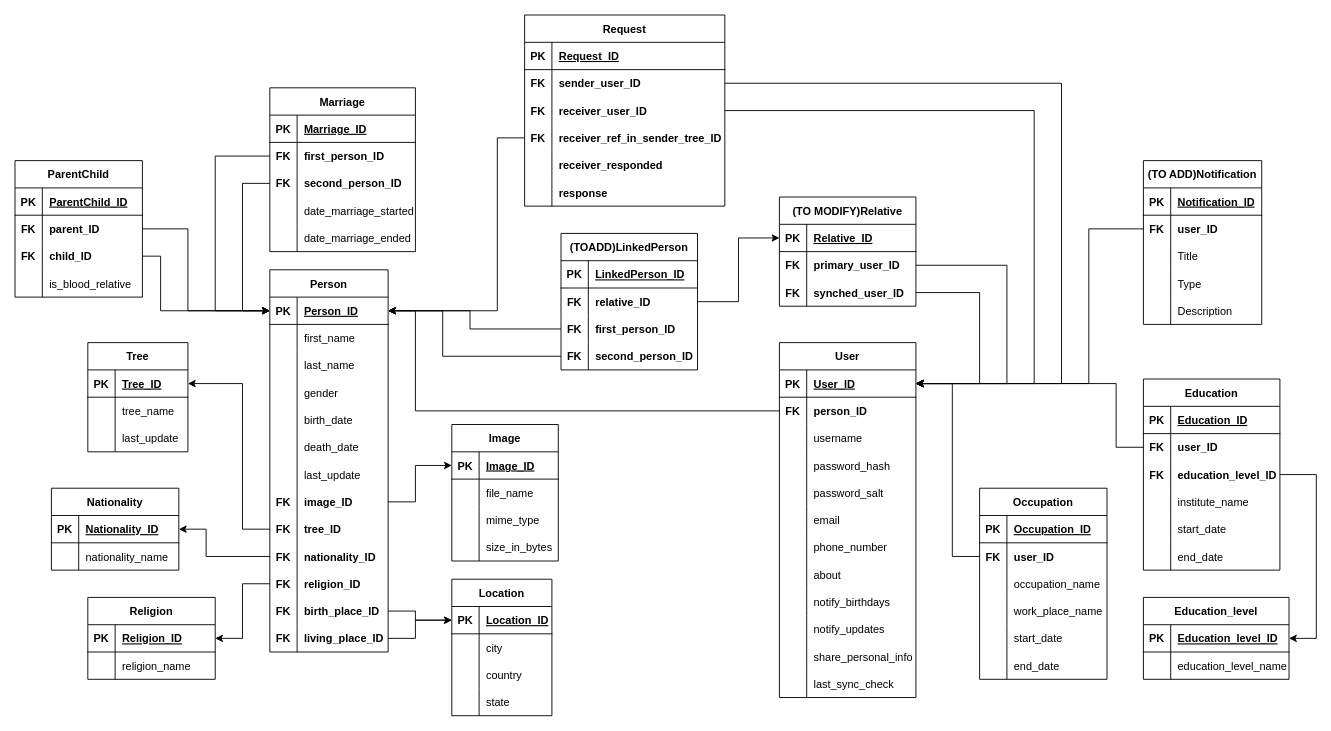
bogdandr14/Genealogy-Tree keeps this draw.io diagram as genealoryTree.drawio. Above is the earlier version. Source tidied: cells renumbered, new cells numbered last; positions are measured from the earlier drawing's top-left corner, leaving out a move shared by most shapes. Both pictures are drawn from the tidied source at 91%, with x=0, y=0 at pixel (15, 15).
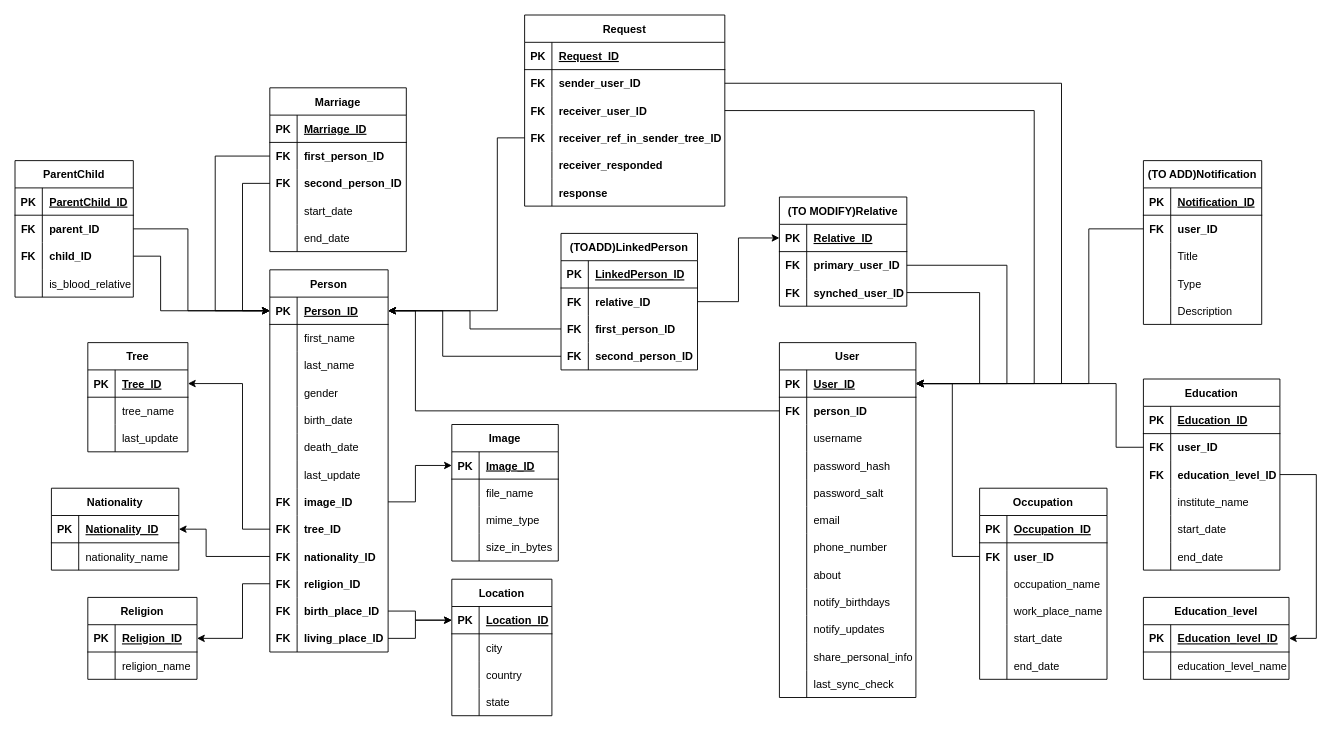
After the change.

Change to the diagram source:
```diff
@@
     <mxCell id="44" value="Marriage" style="shape=table;startSize=30;childLayout=tableLayout;rowLines=0;fontStyle=1;align=center;" parent="1" vertex="1">
-      <mxGeometry x="280" y="80" width="160" height="180" as="geometry" />
+      <mxGeometry x="280" y="80" width="150" height="180" as="geometry" />
     </mxCell>
     <mxCell id="45" style="shape=partialRectangle;fillColor=none;top=0;left=0;bottom=1;right=0;" parent="44" vertex="1">
-      <mxGeometry y="30" width="160" height="30" as="geometry" />
+      <mxGeometry y="30" width="150" height="30" as="geometry" />
     </mxCell>
@@
     <mxCell id="47" value="Marriage_ID" style="shape=partialRectangle;fillColor=none;top=0;left=0;bottom=0;right=0;align=left;spacingLeft=6;fontStyle=5;overflow=hidden;" parent="45" vertex="1">
-      <mxGeometry x="30" width="130" height="30" as="geometry" />
+      <mxGeometry x="30" width="120" height="30" as="geometry" />
     </mxCell>
     <mxCell id="48" style="shape=partialRectangle;fillColor=none;top=0;left=0;bottom=0;right=0;points=[[0,0.5],[1,0.5]];portConstraint=eastwest;fontStyle=1;" parent="44" vertex="1">
-      <mxGeometry y="60" width="160" height="30" as="geometry" />
+      <mxGeometry y="60" width="150" height="30" as="geometry" />
     </mxCell>
@@
     <mxCell id="50" value="first_person_ID" style="shape=partialRectangle;fillColor=none;top=0;left=0;bottom=0;right=0;align=left;spacingLeft=6;overflow=hidden;fontStyle=1;" parent="48" vertex="1">
-      <mxGeometry x="30" width="130" height="30" as="geometry" />
+      <mxGeometry x="30" width="120" height="30" as="geometry" />
     </mxCell>
     <mxCell id="51" style="shape=partialRectangle;fillColor=none;top=0;left=0;bottom=0;right=0;points=[[0,0.5],[1,0.5]];portConstraint=eastwest;fontStyle=1;" parent="44" vertex="1">
-      <mxGeometry y="90" width="160" height="30" as="geometry" />
+      <mxGeometry y="90" width="150" height="30" as="geometry" />
     </mxCell>
@@
     <mxCell id="53" value="second_person_ID" style="shape=partialRectangle;fillColor=none;top=0;left=0;bottom=0;right=0;align=left;spacingLeft=6;overflow=hidden;fontStyle=1;" parent="51" vertex="1">
-      <mxGeometry x="30" width="130" height="30" as="geometry" />
+      <mxGeometry x="30" width="120" height="30" as="geometry" />
     </mxCell>
     <mxCell id="54" style="shape=partialRectangle;fillColor=none;top=0;left=0;bottom=0;right=0;" parent="44" vertex="1">
-      <mxGeometry y="120" width="160" height="30" as="geometry" />
+      <mxGeometry y="120" width="150" height="30" as="geometry" />
     </mxCell>
@@
-    <mxCell id="56" value="date_marriage_started" style="shape=partialRectangle;fillColor=none;top=0;left=0;bottom=0;right=0;align=left;spacingLeft=6;overflow=hidden;" parent="54" vertex="1">
-      <mxGeometry x="30" width="130" height="30" as="geometry" />
+    <mxCell id="56" value="start_date" style="shape=partialRectangle;fillColor=none;top=0;left=0;bottom=0;right=0;align=left;spacingLeft=6;overflow=hidden;" parent="54" vertex="1">
+      <mxGeometry x="30" width="120" height="30" as="geometry" />
     </mxCell>
     <mxCell id="57" style="shape=partialRectangle;fillColor=none;top=0;left=0;bottom=0;right=0;" parent="44" vertex="1">
-      <mxGeometry y="150" width="160" height="30" as="geometry" />
+      <mxGeometry y="150" width="150" height="30" as="geometry" />
     </mxCell>
@@
-    <mxCell id="59" value="date_marriage_ended" style="shape=partialRectangle;fillColor=none;top=0;left=0;bottom=0;right=0;align=left;spacingLeft=6;overflow=hidden;" parent="57" vertex="1">
-      <mxGeometry x="30" width="130" height="30" as="geometry" />
+    <mxCell id="59" value="end_date" style="shape=partialRectangle;fillColor=none;top=0;left=0;bottom=0;right=0;align=left;spacingLeft=6;overflow=hidden;" parent="57" vertex="1">
+      <mxGeometry x="30" width="120" height="30" as="geometry" />
     </mxCell>
     <mxCell id="60" value="(TO MODIFY)Relative" style="shape=table;startSize=30;childLayout=tableLayout;rowLines=0;fontStyle=1;align=center;" parent="1" vertex="1">
-      <mxGeometry x="840" y="200" width="150" height="120" as="geometry" />
+      <mxGeometry x="840" y="200" width="140" height="120" as="geometry" />
     </mxCell>
     <mxCell id="61" style="shape=partialRectangle;fillColor=none;top=0;left=0;bottom=1;right=0;points=[[0,0.5],[1,0.5]];portConstraint=eastwest;" parent="60" vertex="1">
-      <mxGeometry y="30" width="150" height="30" as="geometry" />
+      <mxGeometry y="30" width="140" height="30" as="geometry" />
     </mxCell>
@@
     <mxCell id="63" value="Relative_ID" style="shape=partialRectangle;fillColor=none;top=0;left=0;bottom=0;right=0;align=left;spacingLeft=6;fontStyle=5;overflow=hidden;" parent="61" vertex="1">
-      <mxGeometry x="30" width="120" height="30" as="geometry" />
+      <mxGeometry x="30" width="110" height="30" as="geometry" />
     </mxCell>
     <mxCell id="64" style="shape=partialRectangle;fillColor=none;top=0;left=0;bottom=0;right=0;points=[[0,0.5],[1,0.5]];portConstraint=eastwest;fontStyle=1;" parent="60" vertex="1">
-      <mxGeometry y="60" width="150" height="30" as="geometry" />
+      <mxGeometry y="60" width="140" height="30" as="geometry" />
     </mxCell>
@@
     <mxCell id="66" value="primary_user_ID" style="shape=partialRectangle;fillColor=none;top=0;left=0;bottom=0;right=0;align=left;spacingLeft=6;overflow=hidden;fontStyle=1;" parent="64" vertex="1">
-      <mxGeometry x="30" width="120" height="30" as="geometry" />
+      <mxGeometry x="30" width="110" height="30" as="geometry" />
     </mxCell>
     <mxCell id="67" style="shape=partialRectangle;fillColor=none;top=0;left=0;bottom=0;right=0;points=[[0,0.5],[1,0.5]];portConstraint=eastwest;fontStyle=1;" parent="60" vertex="1">
-      <mxGeometry y="90" width="150" height="30" as="geometry" />
+      <mxGeometry y="90" width="140" height="30" as="geometry" />
     </mxCell>
@@
     <mxCell id="69" value="synched_user_ID" style="shape=partialRectangle;fillColor=none;top=0;left=0;bottom=0;right=0;align=left;spacingLeft=6;overflow=hidden;fontStyle=1;" parent="67" vertex="1">
-      <mxGeometry x="30" width="120" height="30" as="geometry" />
+      <mxGeometry x="30" width="110" height="30" as="geometry" />
     </mxCell>
@@
     <mxCell id="145" value="Religion" style="shape=table;startSize=30;childLayout=tableLayout;rowLines=0;fontStyle=1;align=center;" parent="1" vertex="1">
-      <mxGeometry x="80" y="640" width="140" height="90" as="geometry" />
+      <mxGeometry x="80" y="640" width="120" height="90" as="geometry" />
     </mxCell>
     <mxCell id="146" style="shape=partialRectangle;fillColor=none;top=0;left=0;bottom=1;right=0;points=[[0,0.5],[1,0.5]];portConstraint=eastwest;" parent="145" vertex="1">
-      <mxGeometry y="30" width="140" height="30" as="geometry" />
+      <mxGeometry y="30" width="120" height="30" as="geometry" />
     </mxCell>
@@
     <mxCell id="148" value="Religion_ID" style="shape=partialRectangle;fillColor=none;top=0;left=0;bottom=0;right=0;align=left;spacingLeft=6;fontStyle=5;overflow=hidden;" parent="146" vertex="1">
-      <mxGeometry x="30" width="110" height="30" as="geometry" />
+      <mxGeometry x="30" width="90" height="30" as="geometry" />
     </mxCell>
     <mxCell id="149" style="shape=partialRectangle;fillColor=none;top=0;left=0;bottom=0;right=0;" parent="145" vertex="1">
-      <mxGeometry y="60" width="140" height="30" as="geometry" />
+      <mxGeometry y="60" width="120" height="30" as="geometry" />
     </mxCell>
@@
     <mxCell id="151" value="religion_name" style="shape=partialRectangle;fillColor=none;top=0;left=0;bottom=0;right=0;align=left;spacingLeft=6;overflow=hidden;" parent="149" vertex="1">
-      <mxGeometry x="30" width="110" height="30" as="geometry" />
+      <mxGeometry x="30" width="90" height="30" as="geometry" />
     </mxCell>
@@
     <mxCell id="212" value="ParentChild" style="shape=table;startSize=30;childLayout=tableLayout;rowLines=0;fontStyle=1;align=center;" parent="1" vertex="1">
-      <mxGeometry y="160" width="140" height="150" as="geometry" />
+      <mxGeometry y="160" width="130" height="150" as="geometry" />
     </mxCell>
     <mxCell id="213" style="shape=partialRectangle;fillColor=none;top=0;left=0;bottom=1;right=0;" parent="212" vertex="1">
-      <mxGeometry y="30" width="140" height="30" as="geometry" />
+      <mxGeometry y="30" width="130" height="30" as="geometry" />
     </mxCell>
@@
     <mxCell id="215" value="ParentChild_ID" style="shape=partialRectangle;fillColor=none;top=0;left=0;bottom=0;right=0;align=left;spacingLeft=6;fontStyle=5;overflow=hidden;" parent="213" vertex="1">
-      <mxGeometry x="30" width="110" height="30" as="geometry" />
+      <mxGeometry x="30" width="100" height="30" as="geometry" />
     </mxCell>
     <mxCell id="216" style="shape=partialRectangle;fillColor=none;top=0;left=0;bottom=0;right=0;points=[[0,0.5],[1,0.5]];portConstraint=eastwest;fontStyle=1;" parent="212" vertex="1">
-      <mxGeometry y="60" width="140" height="30" as="geometry" />
+      <mxGeometry y="60" width="130" height="30" as="geometry" />
     </mxCell>
@@
     <mxCell id="218" value="parent_ID" style="shape=partialRectangle;fillColor=none;top=0;left=0;bottom=0;right=0;align=left;spacingLeft=6;overflow=hidden;fontStyle=1;" parent="216" vertex="1">
-      <mxGeometry x="30" width="110" height="30" as="geometry" />
+      <mxGeometry x="30" width="100" height="30" as="geometry" />
     </mxCell>
     <mxCell id="219" style="shape=partialRectangle;fillColor=none;top=0;left=0;bottom=0;right=0;points=[[0,0.5],[1,0.5]];portConstraint=eastwest;fontStyle=1;" parent="212" vertex="1">
-      <mxGeometry y="90" width="140" height="30" as="geometry" />
+      <mxGeometry y="90" width="130" height="30" as="geometry" />
     </mxCell>
@@
     <mxCell id="221" value="child_ID" style="shape=partialRectangle;fillColor=none;top=0;left=0;bottom=0;right=0;align=left;spacingLeft=6;overflow=hidden;fontStyle=1;" parent="219" vertex="1">
-      <mxGeometry x="30" width="110" height="30" as="geometry" />
+      <mxGeometry x="30" width="100" height="30" as="geometry" />
     </mxCell>
     <mxCell id="222" style="shape=partialRectangle;fillColor=none;top=0;left=0;bottom=0;right=0;" parent="212" vertex="1">
-      <mxGeometry y="120" width="140" height="30" as="geometry" />
+      <mxGeometry y="120" width="130" height="30" as="geometry" />
     </mxCell>
@@
     <mxCell id="224" value="is_blood_relative" style="shape=partialRectangle;fillColor=none;top=0;left=0;bottom=0;right=0;align=left;spacingLeft=6;overflow=hidden;" parent="222" vertex="1">
-      <mxGeometry x="30" width="110" height="30" as="geometry" />
+      <mxGeometry x="30" width="100" height="30" as="geometry" />
     </mxCell>
```
